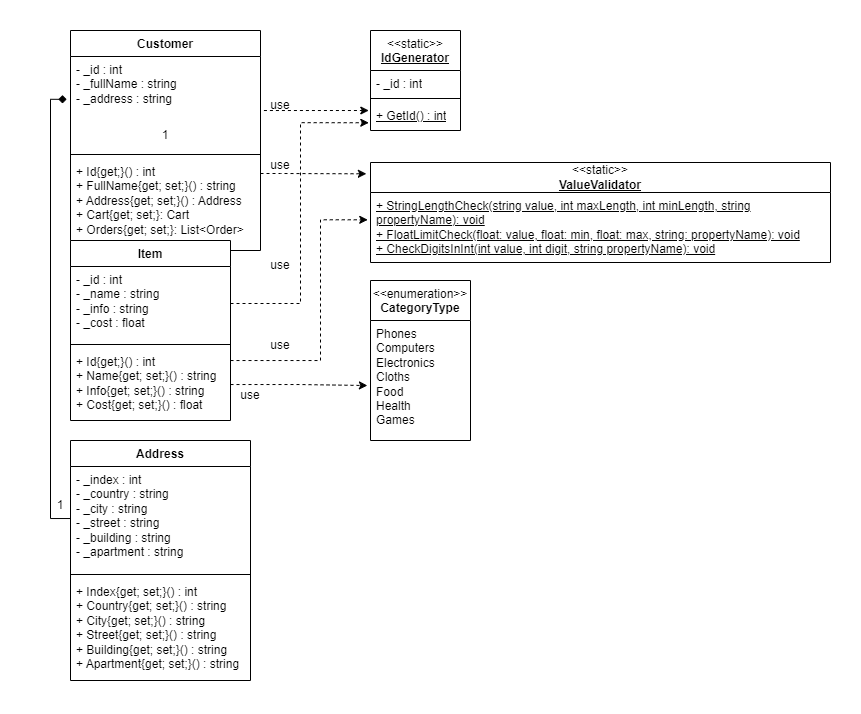
This is oop-winform/Diagram.drawio.png from antoniocra04/oop-winform, a draw.io export, as it was before one commit. Source tidied: cells renumbered, new cells last; positions are measured from the earlier drawing's top-left corner, leaving out a move shared by most shapes.
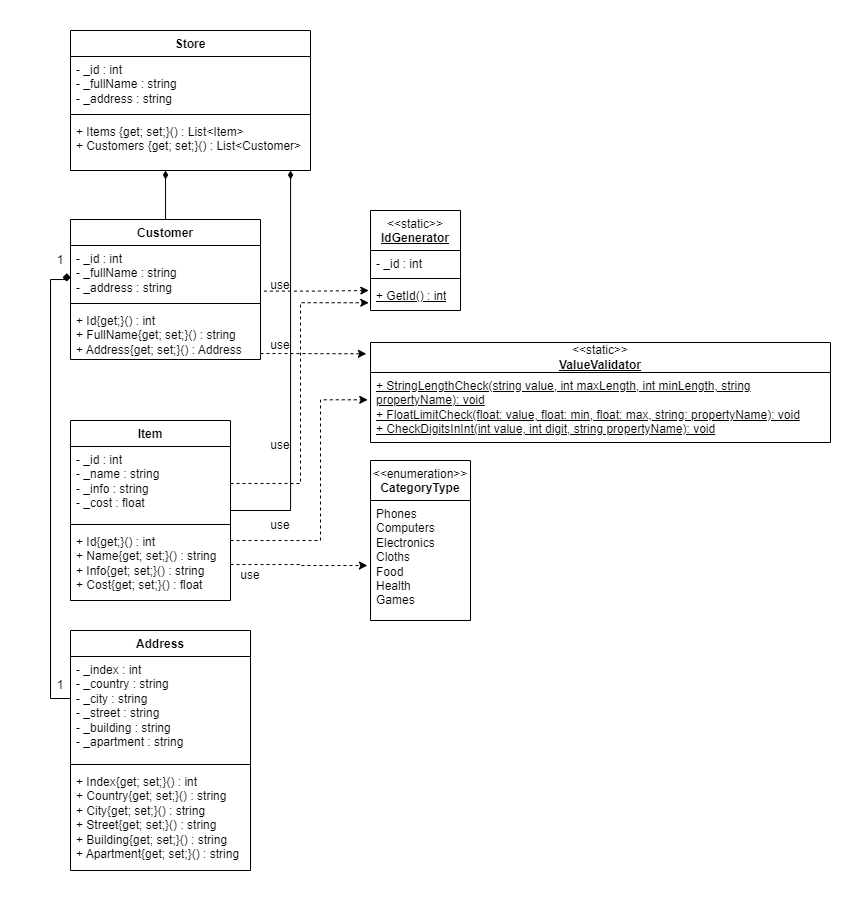
The same diagram one commit later.

Change to the diagram source:
```diff
@@ -3,19 +3,16 @@
     <mxCell id="0" />
     <mxCell id="1" parent="0" />
     <mxCell id="2" value="Customer" style="swimlane;fontStyle=1;align=center;verticalAlign=top;horizontal=1;startSize=26;whiteSpace=wrap;html=1;" parent="1" vertex="1">
-      <mxGeometry x="40" width="190" height="220" as="geometry" />
+      <mxGeometry x="40" y="9" width="190" height="140" as="geometry" />
     </mxCell>
     <mxCell id="3" value="- _id : int&lt;br&gt;- _fullName : string&lt;br&gt;- _address : string" style="text;strokeColor=none;fillColor=none;align=left;verticalAlign=top;spacingLeft=4;spacingRight=4;overflow=hidden;points=[[0,0.5],[1,0.5]];portConstraint=eastwest;whiteSpace=wrap;html=1;" parent="2" vertex="1">
-      <mxGeometry y="26" width="190" height="64" as="geometry" />
+      <mxGeometry y="26" width="190" height="54" as="geometry" />
     </mxCell>
-    <mxCell id="4" value="1" style="text;html=1;align=center;verticalAlign=middle;whiteSpace=wrap;rounded=0;" parent="2" vertex="1">
-      <mxGeometry y="90" width="190" height="30" as="geometry" />
-    </mxCell>
     <mxCell id="5" style="line;strokeWidth=1;fillColor=none;align=left;verticalAlign=middle;spacingTop=-1;spacingLeft=3;spacingRight=3;labelPosition=right;strokeColor=inherit;" parent="2" vertex="1">
-      <mxGeometry y="120" width="190" height="8" as="geometry" />
+      <mxGeometry y="80" width="190" height="8" as="geometry" />
     </mxCell>
-    <mxCell id="6" value="+ Id{get;}() : int&lt;br&gt;+ FullName{get; set;}() : string&lt;br&gt;+ Address{get; set;}() : Address&lt;div&gt;+ Cart{get; set;}: Cart&lt;/div&gt;&lt;div&gt;+ Orders{get; set;}: List&amp;lt;Order&amp;gt;&lt;/div&gt;" style="text;strokeColor=none;fillColor=none;align=left;verticalAlign=top;spacingLeft=4;spacingRight=4;overflow=hidden;points=[[0,0.5],[1,0.5]];portConstraint=eastwest;whiteSpace=wrap;html=1;" parent="2" vertex="1">
-      <mxGeometry y="128" width="190" height="92" as="geometry" />
+    <mxCell id="6" value="+ Id{get;}() : int&lt;br&gt;+ FullName{get; set;}() : string&lt;br&gt;+ Address{get; set;}() : Address" style="text;strokeColor=none;fillColor=none;align=left;verticalAlign=top;spacingLeft=4;spacingRight=4;overflow=hidden;points=[[0,0.5],[1,0.5]];portConstraint=eastwest;whiteSpace=wrap;html=1;" parent="2" vertex="1">
+      <mxGeometry y="88" width="190" height="52" as="geometry" />
     </mxCell>
     <mxCell id="7" value="Item" style="swimlane;fontStyle=1;align=center;verticalAlign=top;horizontal=1;startSize=26;whiteSpace=wrap;html=1;" parent="1" vertex="1">
       <mxGeometry x="40" y="210" width="160" height="180" as="geometry" />
@@ -82,7 +79,7 @@
       <mxGeometry x="220" y="120" width="60" height="30" as="geometry" />
     </mxCell>
     <mxCell id="25" value="Address" style="swimlane;fontStyle=1;align=center;verticalAlign=top;horizontal=1;startSize=26;whiteSpace=wrap;html=1;" parent="1" vertex="1">
-      <mxGeometry x="40" y="410" width="180" height="240" as="geometry" />
+      <mxGeometry x="40" y="420" width="180" height="240" as="geometry" />
     </mxCell>
     <mxCell id="26" value="- _index : int&lt;br&gt;- _country : string&lt;br&gt;- _city : string&lt;br&gt;&lt;div&gt;- _street : string&lt;br&gt;&lt;/div&gt;&lt;div&gt;- _building : string&lt;/div&gt;&lt;div&gt;- _apartment : string&lt;br&gt;&lt;/div&gt;" style="text;strokeColor=none;fillColor=none;align=left;verticalAlign=top;spacingLeft=4;spacingRight=4;overflow=hidden;points=[[0,0.5],[1,0.5]];portConstraint=eastwest;whiteSpace=wrap;html=1;" parent="25" vertex="1">
       <mxGeometry y="26" width="180" height="104" as="geometry" />
@@ -116,5 +113,30 @@
     <mxCell id="34" value="use" style="text;html=1;align=center;verticalAlign=middle;whiteSpace=wrap;rounded=0;" parent="1" vertex="1">
       <mxGeometry x="190" y="350" width="60" height="30" as="geometry" />
     </mxCell>
+    <mxCell id="4" value="1" style="text;html=1;align=center;verticalAlign=middle;whiteSpace=wrap;rounded=0;" parent="1" vertex="1">
+      <mxGeometry x="15" y="35" width="30" height="30" as="geometry" />
+    </mxCell>
+    <mxCell id="35" value="Store" style="swimlane;fontStyle=1;align=center;verticalAlign=top;horizontal=1;startSize=26;whiteSpace=wrap;html=1;" parent="1" vertex="1">
+      <mxGeometry x="40" y="-180" width="240" height="140" as="geometry" />
+    </mxCell>
+    <mxCell id="36" value="- _id : int&lt;br&gt;- _fullName : string&lt;br&gt;- _address : string" style="text;strokeColor=none;fillColor=none;align=left;verticalAlign=top;spacingLeft=4;spacingRight=4;overflow=hidden;whiteSpace=wrap;html=1;" parent="35" vertex="1">
+      <mxGeometry y="26" width="240" height="54" as="geometry" />
+    </mxCell>
+    <mxCell id="37" style="line;strokeWidth=1;fillColor=none;align=left;verticalAlign=middle;spacingTop=-1;spacingLeft=3;spacingRight=3;labelPosition=right;strokeColor=inherit;" parent="35" vertex="1">
+      <mxGeometry y="80" width="240" height="8" as="geometry" />
+    </mxCell>
+    <mxCell id="38" value="+ Items {get; set;}() :&amp;nbsp;List&amp;lt;Item&amp;gt;&lt;br&gt;+ Customers {get; set;}() :&amp;nbsp;List&amp;lt;Customer&amp;gt;" style="text;strokeColor=none;fillColor=none;align=left;verticalAlign=top;spacingLeft=4;spacingRight=4;overflow=hidden;points=[[0,0.5],[1,0.5]];portConstraint=eastwest;whiteSpace=wrap;html=1;" parent="35" vertex="1">
+      <mxGeometry y="88" width="240" height="52" as="geometry" />
+    </mxCell>
+    <mxCell id="39" style="edgeStyle=orthogonalEdgeStyle;rounded=0;jettySize=auto;html=1;entryX=0.396;entryY=1;entryDx=0;entryDy=0;entryPerimeter=0;endArrow=diamondThin;endFill=1;" parent="1" edge="1" source="2" target="38">
+      <mxGeometry relative="1" as="geometry" />
+    </mxCell>
+    <mxCell id="40" style="edgeStyle=orthogonalEdgeStyle;rounded=0;jettySize=auto;html=1;entryX=0.917;entryY=1;entryDx=0;entryDy=0;entryPerimeter=0;endArrow=diamondThin;endFill=1;" parent="1" edge="1" source="7" target="38">
+      <mxGeometry relative="1" as="geometry">
+        <Array as="points">
+          <mxPoint x="260" y="300" />
+        </Array>
+      </mxGeometry>
+    </mxCell>
   </root>
 </mxGraphModel>
```
